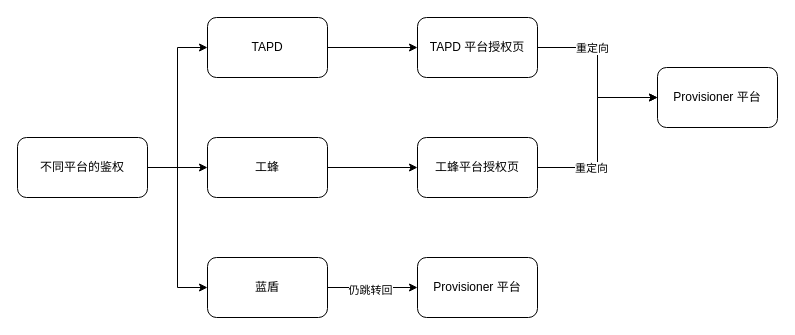
Before: 不同平台的鉴权.drawio in delaprada/draw.io, a draw.io diagram. Source tidied: cells renumbered, new cells numbered last; positions are measured from the earlier drawing's top-left corner, leaving out a move shared by most shapes. Both pictures are drawn from the tidied source at 100%, with x=0, y=0 at pixel (17, 17).
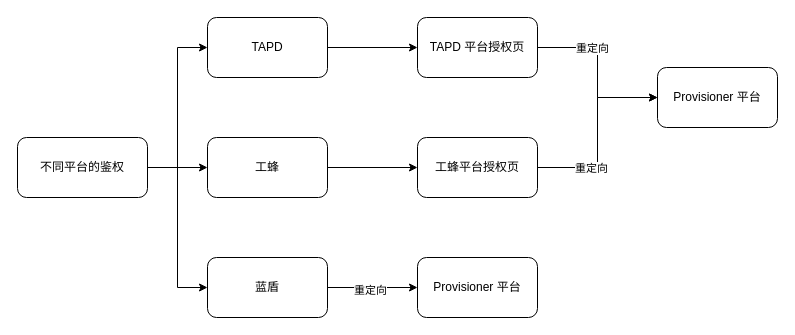
After the change.

Commit message:
Update 不同平台的鉴权.drawio

Unchanged cells that the change refers to:
```xml
<mxCell id="8" style="edgeStyle=orthogonalEdgeStyle;rounded=0;jettySize=auto;html=1;exitX=1;exitY=0.5;exitDx=0;exitDy=0;" parent="1" edge="1" source="10" target="20">
  <mxGeometry relative="1" as="geometry" />
</mxCell>
```

Change to the diagram source:
```diff
@@
-    <mxCell id="9" value="仍跳转回" style="edgeLabel;html=1;align=center;verticalAlign=middle;" parent="8" vertex="1">
+    <mxCell id="9" value="重定向" style="edgeLabel;html=1;align=center;verticalAlign=middle;" parent="8" vertex="1">
       <mxGeometry x="-0.07" y="-2" relative="1" as="geometry" />
     </mxCell>
```
